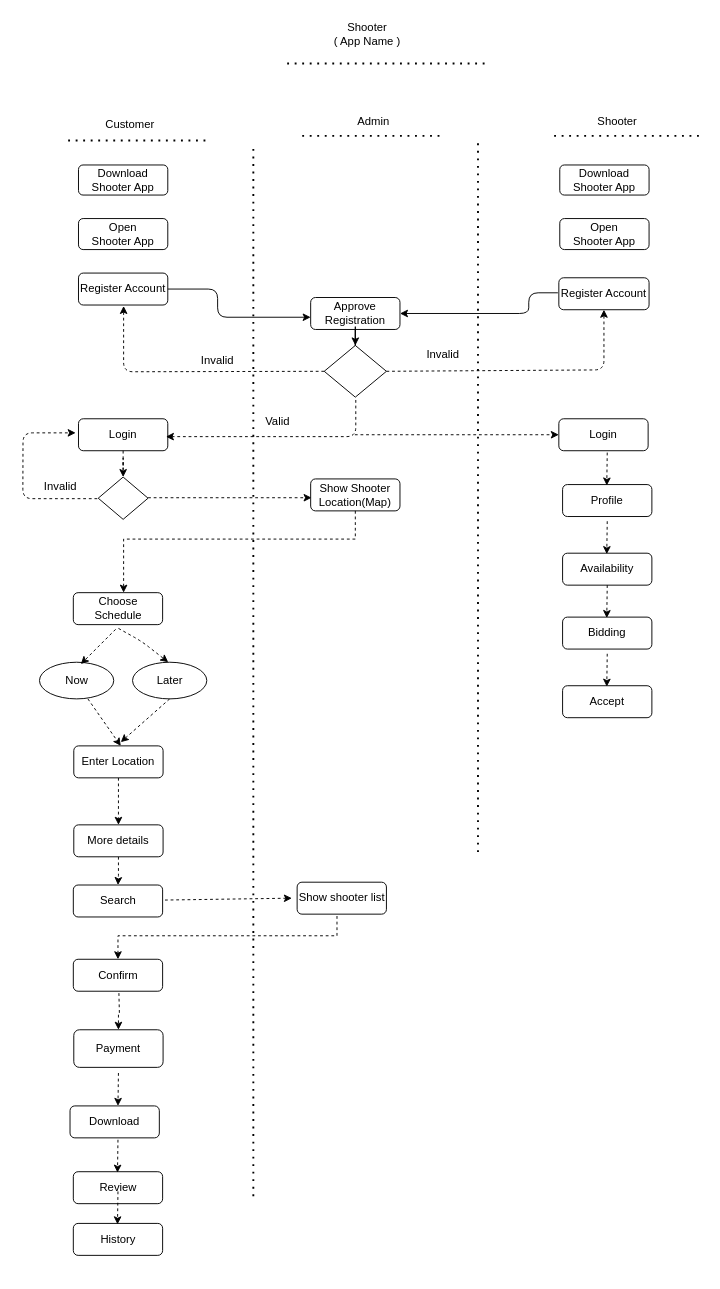
Above: Untitled Diagram.drawio in showkat2203/ShopOffer (draw.io), before the change. Source tidied: cells renumbered, new cells numbered last; positions are measured from the earlier drawing's top-left corner, leaving out a move shared by most shapes. Both pictures are drawn from the tidied source at 94%, with x=0, y=0 at pixel (23, 16).
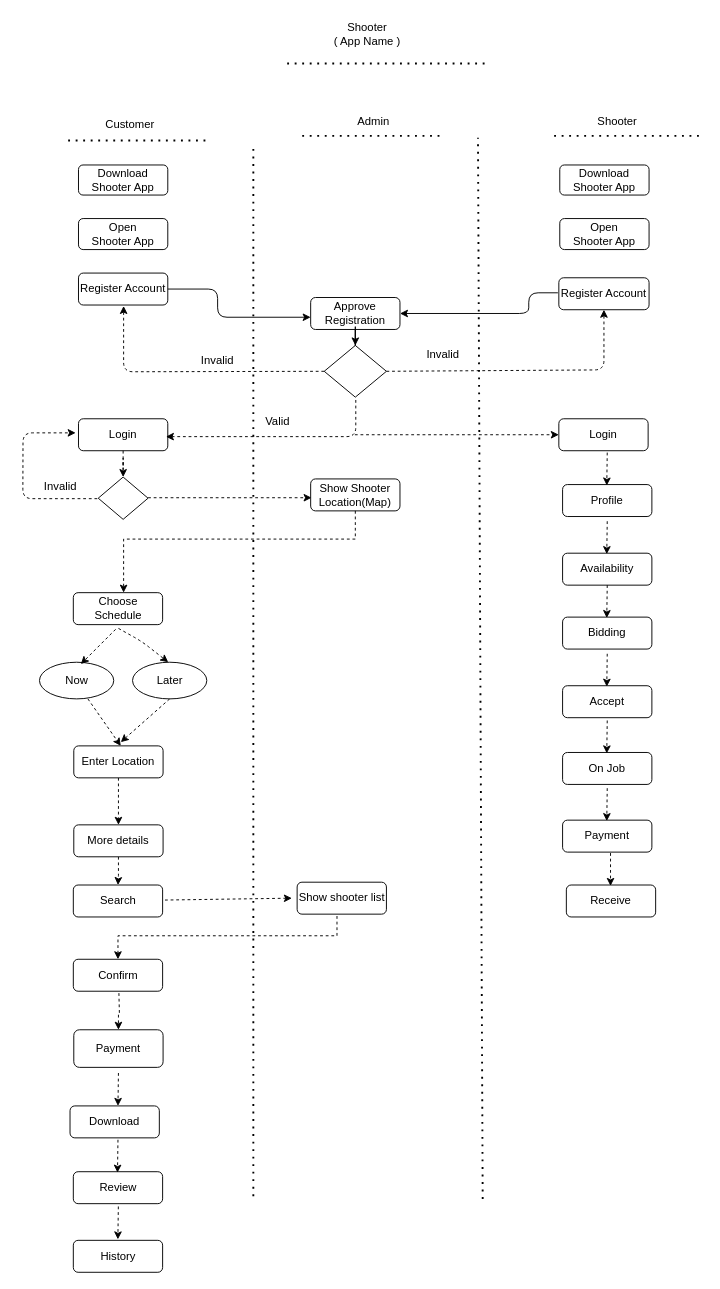
The same page after the edit.

What changed in the source:
```diff
@@
     <mxCell id="3" style="endArrow=none;dashed=1;html=1;dashPattern=1 3;strokeWidth=2;align=center;" parent="1" edge="1">
       <mxGeometry relative="1" as="geometry">
-        <mxPoint x="484" y="889" as="sourcePoint" />
+        <mxPoint x="489" y="1258" as="sourcePoint" />
         <mxPoint x="484" y="129" as="targetPoint" />
       </mxGeometry>
     </mxCell>
@@
     <mxCell id="61" value="History" style="rounded=1;whiteSpace=wrap;html=1;labelBackgroundColor=none;align=center;" parent="1" vertex="1">
-      <mxGeometry x="53.5" y="1284" width="95" height="34" as="geometry" />
+      <mxGeometry x="53.5" y="1302" width="95" height="34" as="geometry" />
     </mxCell>
     <mxCell id="62" style="edgeStyle=orthogonalEdgeStyle;rounded=0;orthogonalLoop=1;jettySize=auto;html=1;dashed=1;align=center;" parent="1" edge="1">
       <mxGeometry relative="1" as="geometry">
-        <mxPoint x="101" y="1250" as="sourcePoint" />
-        <mxPoint x="100.5" y="1285" as="targetPoint" />
+        <mxPoint x="101.4" y="1266" as="sourcePoint" />
+        <mxPoint x="100.9" y="1301" as="targetPoint" />
       </mxGeometry>
     </mxCell>
@@
+    <mxCell id="71" value="On Job" style="rounded=1;whiteSpace=wrap;html=1;labelBackgroundColor=none;align=center;" parent="1" vertex="1">
+      <mxGeometry x="574" y="783" width="95" height="34" as="geometry" />
+    </mxCell>
+    <mxCell id="72" style="edgeStyle=orthogonalEdgeStyle;rounded=0;orthogonalLoop=1;jettySize=auto;html=1;dashed=1;align=center;" parent="1" edge="1">
+      <mxGeometry relative="1" as="geometry">
+        <mxPoint x="621.5" y="749" as="sourcePoint" />
+        <mxPoint x="621" y="784" as="targetPoint" />
+      </mxGeometry>
+    </mxCell>
+    <mxCell id="73" value="Payment" style="rounded=1;whiteSpace=wrap;html=1;labelBackgroundColor=none;align=center;" parent="1" vertex="1">
+      <mxGeometry x="574" y="855" width="95" height="34" as="geometry" />
+    </mxCell>
+    <mxCell id="74" style="edgeStyle=orthogonalEdgeStyle;rounded=0;orthogonalLoop=1;jettySize=auto;html=1;dashed=1;align=center;" parent="1" edge="1">
+      <mxGeometry relative="1" as="geometry">
+        <mxPoint x="621.5" y="821" as="sourcePoint" />
+        <mxPoint x="621" y="856" as="targetPoint" />
+      </mxGeometry>
+    </mxCell>
+    <mxCell id="75" value="Receive" style="rounded=1;whiteSpace=wrap;html=1;labelBackgroundColor=none;align=center;" parent="1" vertex="1">
+      <mxGeometry x="578" y="924" width="95" height="34" as="geometry" />
+    </mxCell>
+    <mxCell id="76" style="edgeStyle=orthogonalEdgeStyle;rounded=0;orthogonalLoop=1;jettySize=auto;html=1;dashed=1;align=center;" parent="1" edge="1">
+      <mxGeometry relative="1" as="geometry">
+        <mxPoint x="625" y="890" as="sourcePoint" />
+        <mxPoint x="625" y="925" as="targetPoint" />
+      </mxGeometry>
+    </mxCell>
```
